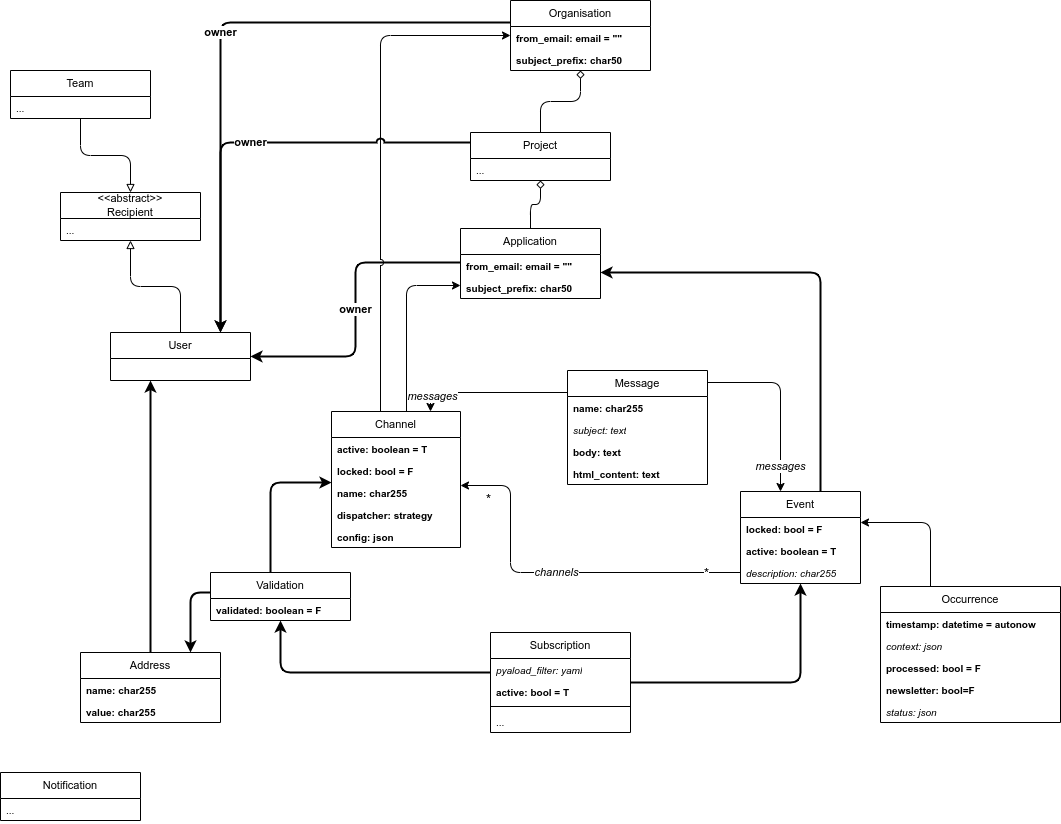
Earlier version of the draw.io export docs/BitcasterCD.drawio.png (bitcaster-io/bitcaster). Source tidied: cells renumbered, new cells last; positions are measured from the earlier drawing's top-left corner, leaving out a move shared by most shapes.
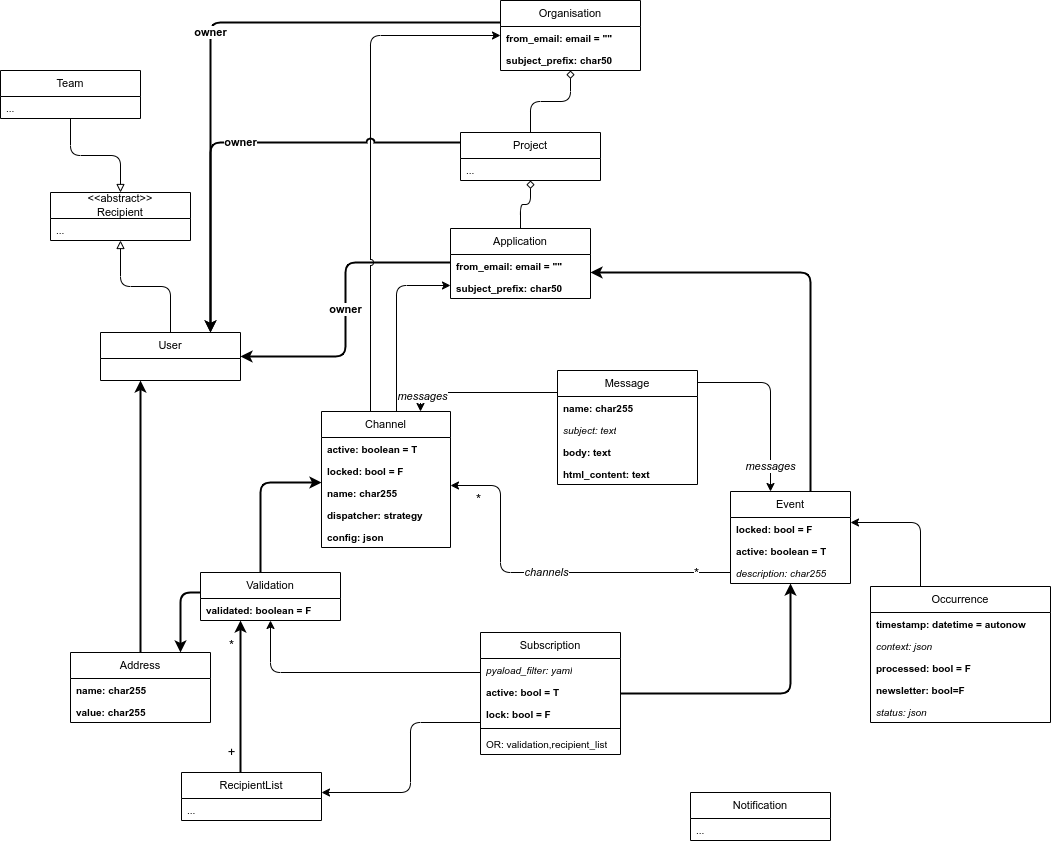
After the commit.

Diff of the diagram source:
```diff
@@ -75,8 +75,16 @@
     <mxCell id="21" value="subject_prefix: char50" style="text;strokeColor=none;fillColor=none;align=left;verticalAlign=top;spacingLeft=4;spacingRight=4;overflow=hidden;whiteSpace=wrap;html=1;fontSize=10;fontStyle=1;" parent="19" vertex="1">
       <mxGeometry y="48" width="140" height="22" as="geometry" />
     </mxCell>
+    <mxCell id="71" style="edgeStyle=orthogonalEdgeStyle;rounded=1;jettySize=auto;html=1;strokeWidth=1;jumpStyle=arc;" parent="1" edge="1" source="22" target="76">
+      <mxGeometry relative="1" as="geometry">
+        <Array as="points">
+          <mxPoint x="420" y="722" />
+          <mxPoint x="420" y="792" />
+        </Array>
+      </mxGeometry>
+    </mxCell>
     <mxCell id="22" value="Subscription" style="swimlane;fontStyle=0;horizontal=1;startSize=26;fillColor=none;whiteSpace=wrap;html=1;fontSize=11;" parent="1" vertex="1">
-      <mxGeometry x="490" y="632" width="140" height="100" as="geometry" />
+      <mxGeometry x="490" y="632" width="140" height="122" as="geometry" />
     </mxCell>
     <mxCell id="23" value="pyaload_filter: yaml" style="text;strokeColor=none;fillColor=none;align=left;verticalAlign=top;spacingLeft=4;spacingRight=4;overflow=hidden;whiteSpace=wrap;html=1;fontSize=10;fontStyle=2;" parent="22" vertex="1">
       <mxGeometry y="26" width="140" height="22" as="geometry" />
@@ -84,11 +92,14 @@
     <mxCell id="24" value="active: bool = T" style="text;strokeColor=none;fillColor=none;align=left;verticalAlign=top;spacingLeft=4;spacingRight=4;overflow=hidden;whiteSpace=wrap;html=1;fontSize=10;fontStyle=1;" parent="22" vertex="1">
       <mxGeometry y="48" width="140" height="22" as="geometry" />
     </mxCell>
+    <mxCell id="72" value="lock: bool = F" style="text;strokeColor=none;fillColor=none;align=left;verticalAlign=top;spacingLeft=4;spacingRight=4;overflow=hidden;whiteSpace=wrap;html=1;fontSize=10;fontStyle=1;" parent="22" vertex="1">
+      <mxGeometry y="70" width="140" height="22" as="geometry" />
+    </mxCell>
     <mxCell id="25" style="line;strokeWidth=1;fillColor=none;align=left;verticalAlign=middle;spacingTop=-1;spacingLeft=3;spacingRight=3;labelPosition=right;strokeColor=inherit;" parent="22" vertex="1">
-      <mxGeometry y="70" width="140" height="8" as="geometry" />
+      <mxGeometry y="92" width="140" height="8" as="geometry" />
     </mxCell>
-    <mxCell id="26" value="..." style="text;strokeColor=none;fillColor=none;align=left;verticalAlign=top;spacingLeft=4;spacingRight=4;overflow=hidden;whiteSpace=wrap;html=1;fontSize=10;" parent="22" vertex="1">
-      <mxGeometry y="78" width="140" height="22" as="geometry" />
+    <mxCell id="26" value="OR: validation,recipient_list" style="text;strokeColor=none;fillColor=none;align=left;verticalAlign=top;spacingLeft=4;spacingRight=4;overflow=hidden;whiteSpace=wrap;html=1;fontSize=10;" parent="22" vertex="1">
+      <mxGeometry y="100" width="140" height="22" as="geometry" />
     </mxCell>
     <mxCell id="27" style="edgeStyle=orthogonalEdgeStyle;curved=0;rounded=1;jumpStyle=arc;jettySize=auto;html=1;strokeColor=default;align=center;verticalAlign=middle;fontFamily=Helvetica;fontSize=11;fontColor=default;labelBackgroundColor=default;endArrow=classic;" parent="1" edge="1" source="29" target="12">
       <mxGeometry relative="1" as="geometry">
@@ -192,7 +203,7 @@
       <mxGeometry y="26" width="140" height="22" as="geometry" />
     </mxCell>
     <mxCell id="55" value="Notification" style="swimlane;fontStyle=0;horizontal=1;startSize=26;fillColor=none;whiteSpace=wrap;html=1;fontSize=11;" parent="1" vertex="1">
-      <mxGeometry y="772" width="140" height="48" as="geometry" />
+      <mxGeometry x="700" y="792" width="140" height="48" as="geometry" />
     </mxCell>
     <mxCell id="56" value="..." style="text;strokeColor=none;fillColor=none;align=left;verticalAlign=top;spacingLeft=4;spacingRight=4;overflow=hidden;whiteSpace=wrap;html=1;fontSize=10;" parent="55" vertex="1">
       <mxGeometry y="26" width="140" height="22" as="geometry" />
@@ -213,7 +224,7 @@
     <mxCell id="60" value="value: char255" style="text;strokeColor=none;fillColor=none;align=left;verticalAlign=top;spacingLeft=4;spacingRight=4;overflow=hidden;whiteSpace=wrap;html=1;fontSize=10;fontStyle=1;" parent="58" vertex="1">
       <mxGeometry y="48" width="140" height="22" as="geometry" />
     </mxCell>
-    <mxCell id="61" style="edgeStyle=orthogonalEdgeStyle;rounded=1;jettySize=auto;html=1;curved=0;jumpStyle=arc;strokeWidth=2;" parent="1" edge="1" source="22" target="64">
+    <mxCell id="61" style="edgeStyle=orthogonalEdgeStyle;rounded=1;jettySize=auto;html=1;curved=0;jumpStyle=arc;strokeWidth=1;" parent="1" edge="1" source="22" target="64">
       <mxGeometry relative="1" as="geometry">
         <Array as="points">
           <mxPoint x="280" y="672" />
@@ -270,5 +281,29 @@
     <mxCell id="70" value="*" style="edgeLabel;html=1;align=center;verticalAlign=middle;fontSize=13;" parent="68" vertex="1">
       <mxGeometry x="-0.81" y="-1" relative="1" as="geometry" />
     </mxCell>
+    <mxCell id="73" style="edgeStyle=orthogonalEdgeStyle;rounded=0;jettySize=auto;html=1;strokeWidth=2;" parent="1" edge="1" source="76" target="64">
+      <mxGeometry relative="1" as="geometry">
+        <Array as="points">
+          <mxPoint x="250" y="752" />
+          <mxPoint x="250" y="752" />
+        </Array>
+      </mxGeometry>
+    </mxCell>
+    <mxCell id="74" value="*" style="edgeLabel;html=1;align=center;verticalAlign=middle;fontSize=13;" parent="73" vertex="1">
+      <mxGeometry x="0.7" y="4" relative="1" as="geometry">
+        <mxPoint x="-6" as="offset" />
+      </mxGeometry>
+    </mxCell>
+    <mxCell id="75" value="+" style="edgeLabel;html=1;align=center;verticalAlign=middle;fontSize=13;" parent="73" vertex="1">
+      <mxGeometry x="-0.73" y="1" relative="1" as="geometry">
+        <mxPoint x="-9" as="offset" />
+      </mxGeometry>
+    </mxCell>
+    <mxCell id="76" value="RecipientList" style="swimlane;fontStyle=0;horizontal=1;startSize=26;fillColor=none;whiteSpace=wrap;html=1;fontSize=11;" parent="1" vertex="1">
+      <mxGeometry x="191" y="772" width="140" height="48" as="geometry" />
+    </mxCell>
+    <mxCell id="77" value="..." style="text;strokeColor=none;fillColor=none;align=left;verticalAlign=top;spacingLeft=4;spacingRight=4;overflow=hidden;whiteSpace=wrap;html=1;fontSize=10;" parent="76" vertex="1">
+      <mxGeometry y="26" width="140" height="22" as="geometry" />
+    </mxCell>
   </root>
 </mxGraphModel>
```
